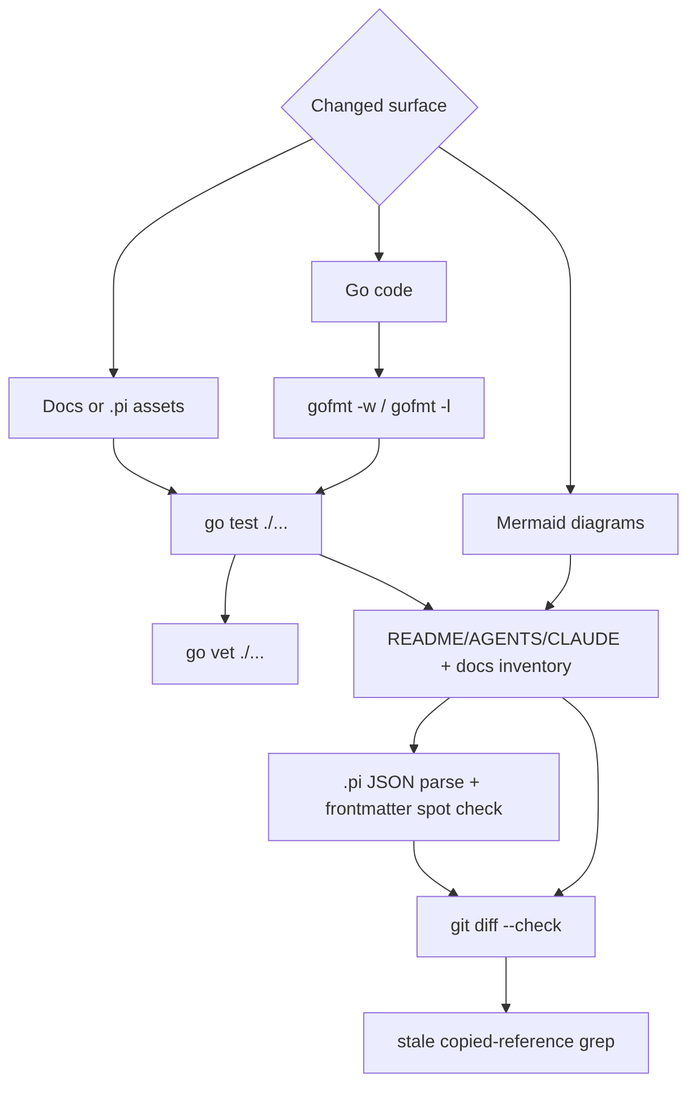
Above: docs/diagrams/validation-checks.png in spi-ca/fast-volume-syncer (Mermaid), before the change. Its source is kept beside it as docs/diagrams/validation-checks.mmd. The source it was exported from:
```mermaid
flowchart TD
    change{Changed surface}
    docs[Docs or .pi assets]
    code[Go code]
    diagrams[Mermaid diagrams]
    tests[go test ./...]
    vet[go vet ./...]
    fmt[gofmt -w / gofmt -l]
    inventory[README/AGENTS/CLAUDE + docs inventory]
    pi[.pi JSON parse + frontmatter spot check]
    diff[git diff --check]
    grep[stale copied-reference grep]

    change --> docs
    change --> code
    change --> diagrams
    docs --> tests --> inventory --> pi --> diff --> grep
    code --> fmt --> tests --> vet
    diagrams --> inventory --> diff
```
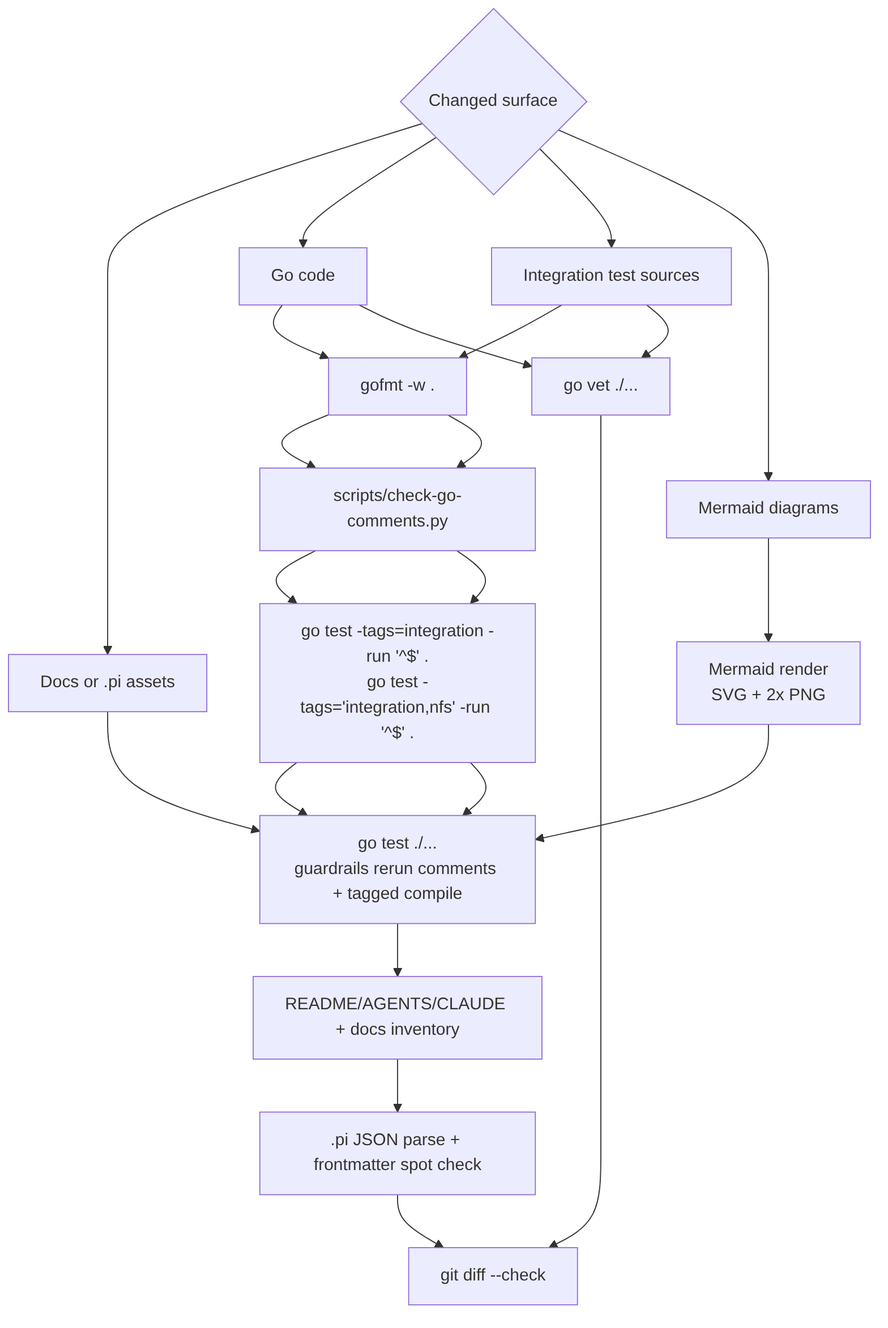
After the commit.

What changed in the source:
```diff
@@ -2,18 +2,27 @@
     change{Changed surface}
     docs[Docs or .pi assets]
     code[Go code]
+    integration[Integration test sources]
     diagrams[Mermaid diagrams]
-    tests[go test ./...]
+    fmt[gofmt -w .]
+    comments[scripts/check-go-comments.py]
+    render["Mermaid render<br/>SVG + 2x PNG"]
+    tagged["go test -tags=integration -run '^$' .<br/>go test -tags='integration,nfs' -run '^$' ."]
+    tests["go test ./...<br/>guardrails rerun comments + tagged compile"]
     vet[go vet ./...]
-    fmt[gofmt -w / gofmt -l]
     inventory[README/AGENTS/CLAUDE + docs inventory]
     pi[.pi JSON parse + frontmatter spot check]
     diff[git diff --check]
-    grep[stale copied-reference grep]
 
     change --> docs
     change --> code
+    change --> integration
     change --> diagrams
-    docs --> tests --> inventory --> pi --> diff --> grep
-    code --> fmt --> tests --> vet
-    diagrams --> inventory --> diff
+    docs --> tests
+    code --> fmt --> comments --> tagged --> tests
+    integration --> fmt --> comments --> tagged --> tests
+    integration --> vet
+    diagrams --> render --> tests
+    code --> vet
+    tests --> inventory --> pi --> diff
+    vet --> diff
```
